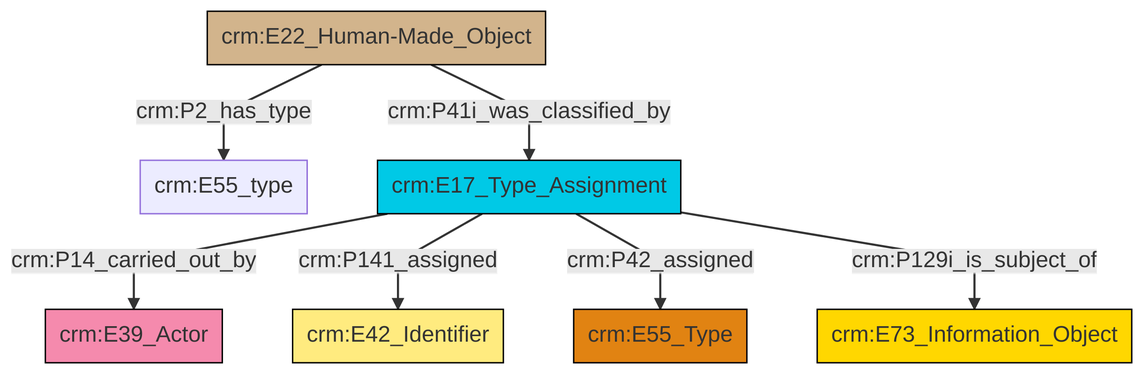
The Mermaid diagram et/builtWorkCSV/ttl/mmd/png/Built_Work_designation_status.png in swiss-art-research-net/docs.swissartresearch, before a commit. Its source is kept beside it as et/builtWorkCSV/ttl/mmd/Built_Work_designation_status.ttl.mmd.
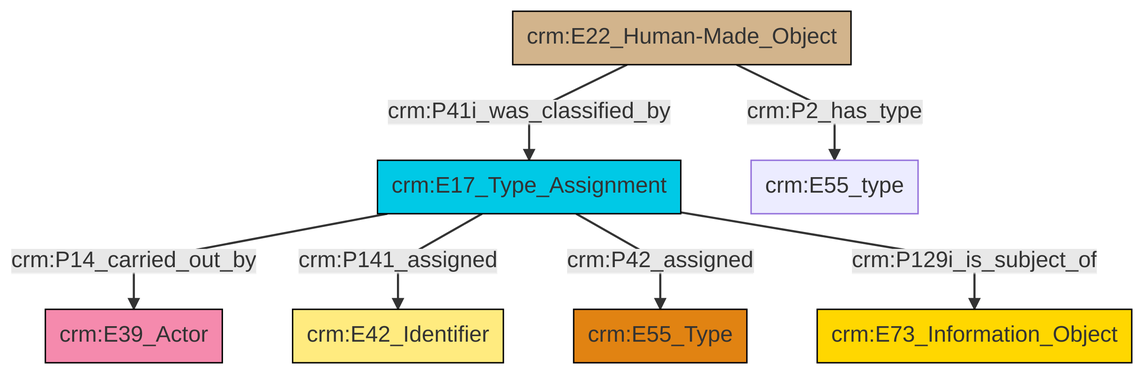
The same file after the commit.

The edit, as a diff of the source:
```diff
@@ -13,9 +13,9 @@
 classDef PC_Classes fill:#4ce600, stroke:#000000;
 classDef Multi fill:#cccccc,stroke:#000000;
 
-6["crm:E17_Type_Assignment"]:::Temporal_Entity -->|crm:P14_carried_out_by| 4["crm:E39_Actor"]:::Actor
-6["crm:E17_Type_Assignment"]:::Temporal_Entity -->|crm:P141_assigned| 8["crm:E42_Identifier"]:::Appellation
-6["crm:E17_Type_Assignment"]:::Temporal_Entity -->|crm:P42_assigned| 2["crm:E55_Type"]:::Type
-6["crm:E17_Type_Assignment"]:::Temporal_Entity -->|crm:P129i_is_subject_of| 13["crm:E73_Information_Object"]:::Conceptual_Object
-10["crm:E22_Human-Made_Object"]:::Physical_Thing -->|crm:P41i_was_classified_by| 6["crm:E17_Type_Assignment"]:::Temporal_Entity
-10["crm:E22_Human-Made_Object"]:::Physical_Thing -->|crm:P2_has_type| 0["crm:E55_type"]:::Default
+2["crm:E22_Human-Made_Object"]:::Physical_Thing -->|crm:P2_has_type| 3["crm:E55_type"]:::Default
+0["crm:E17_Type_Assignment"]:::Temporal_Entity -->|crm:P14_carried_out_by| 4["crm:E39_Actor"]:::Actor
+2["crm:E22_Human-Made_Object"]:::Physical_Thing -->|crm:P41i_was_classified_by| 0["crm:E17_Type_Assignment"]:::Temporal_Entity
+0["crm:E17_Type_Assignment"]:::Temporal_Entity -->|crm:P141_assigned| 5["crm:E42_Identifier"]:::Appellation
+0["crm:E17_Type_Assignment"]:::Temporal_Entity -->|crm:P42_assigned| 11["crm:E55_Type"]:::Type
+0["crm:E17_Type_Assignment"]:::Temporal_Entity -->|crm:P129i_is_subject_of| 8["crm:E73_Information_Object"]:::Conceptual_Object
```
